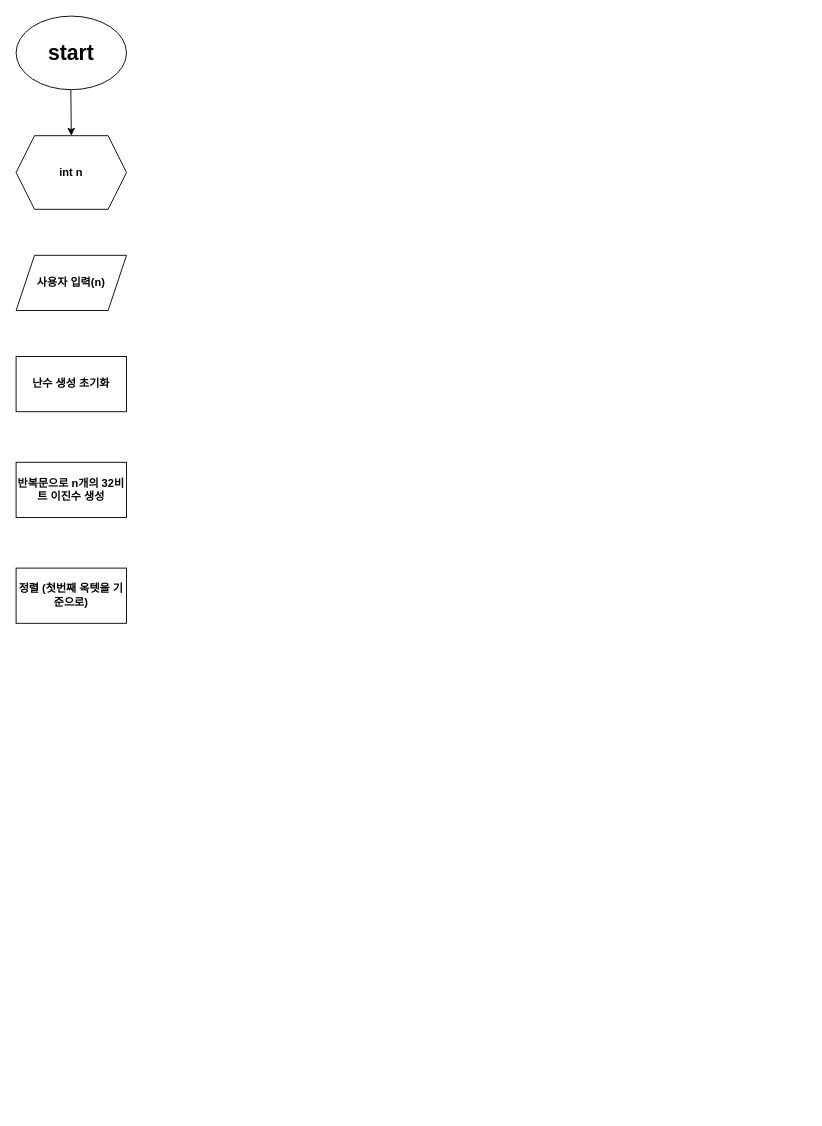
This is 제목 없는 다이어그램.drawio from song4917/YEE, a draw.io file, before an edit. Source tidied: cells renumbered, new cells numbered last; positions are measured from the earlier drawing's top-left corner, leaving out a move shared by most shapes. Both pictures are drawn from the tidied source at 92%, with x=0, y=0 at pixel (16, 16).
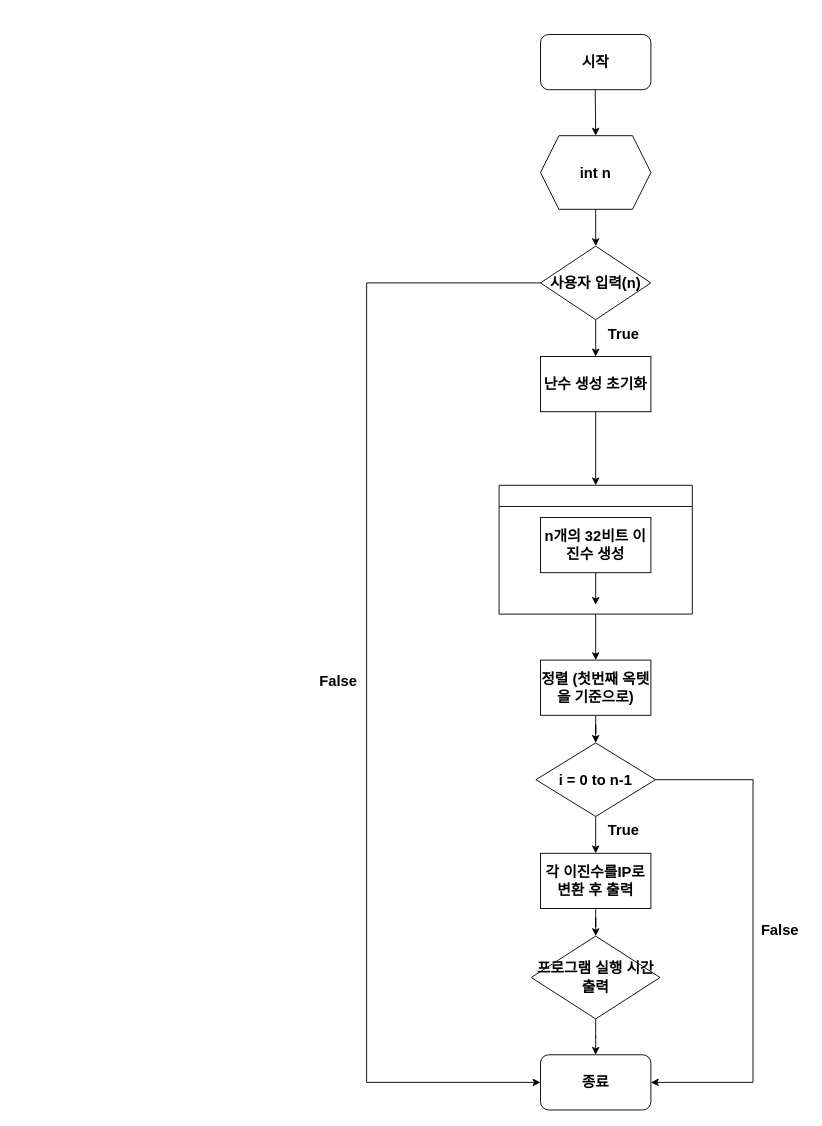
Above is the later version.

Commit message:
알고리즘 과제

Diff of the diagram source:
```diff
@@
-    <mxCell id="2" value="&lt;font style=&quot;font-size: 23px;&quot;&gt;start&lt;/font&gt;" style="ellipse;whiteSpace=wrap;html=1;fontStyle=1;" parent="1" vertex="1">
-      <mxGeometry width="120" height="80" as="geometry" />
-    </mxCell>
-    <mxCell id="3" style="endArrow=classic;html=1;rounded=0;fontStyle=1;" parent="1" edge="1">
+    <mxCell id="3" style="endArrow=classic;html=1;rounded=0;fontStyle=1;fontSize=16;" parent="1" edge="1">
       <mxGeometry relative="1" as="geometry">
-        <mxPoint x="59.5" y="80" as="sourcePoint" />
-        <mxPoint x="60" y="130" as="targetPoint" />
+        <mxPoint x="629.5" y="80" as="sourcePoint" />
+        <mxPoint x="630" y="130" as="targetPoint" />
       </mxGeometry>
     </mxCell>
+    <mxCell id="9" style="edgeStyle=orthogonalEdgeStyle;rounded=0;jettySize=auto;html=1;entryX=0.5;entryY=0;entryDx=0;entryDy=0;fontSize=16;fontStyle=1;" parent="1" edge="1" source="5" target="4">
+      <mxGeometry relative="1" as="geometry" />
+    </mxCell>
+    <mxCell id="5" value="int n" style="shape=hexagon;perimeter=hexagonPerimeter2;whiteSpace=wrap;html=1;fixedSize=1;fontStyle=1;fontSize=16;" parent="1" vertex="1">
+      <mxGeometry x="570" y="130" width="120" height="80" as="geometry" />
+    </mxCell>
+    <mxCell id="10" style="edgeStyle=orthogonalEdgeStyle;rounded=0;jettySize=auto;html=1;entryX=0.5;entryY=0;entryDx=0;entryDy=0;fontSize=16;fontStyle=1;" parent="1" edge="1" source="6" target="15">
+      <mxGeometry relative="1" as="geometry" />
+    </mxCell>
+    <mxCell id="6" value="난수 생성 초기화" style="rounded=0;whiteSpace=wrap;html=1;fontStyle=1;fontSize=16;" parent="1" vertex="1">
+      <mxGeometry x="570" y="370" width="120" height="60" as="geometry" />
+    </mxCell>
+    <mxCell id="11" style="edgeStyle=orthogonalEdgeStyle;rounded=0;jettySize=auto;html=1;entryX=0.5;entryY=0;entryDx=0;entryDy=0;fontSize=16;fontStyle=1;" parent="1" edge="1" source="8" target="19">
+      <mxGeometry relative="1" as="geometry" />
+    </mxCell>
+    <mxCell id="8" value="정렬 (첫번째 옥텟을 기준으로)" style="rounded=0;whiteSpace=wrap;html=1;fontStyle=1;fontSize=16;" parent="1" vertex="1">
+      <mxGeometry x="570" y="700" width="120" height="60" as="geometry" />
+    </mxCell>
+    <mxCell id="12" style="edgeStyle=orthogonalEdgeStyle;rounded=0;jettySize=auto;html=1;entryX=0.5;entryY=0;entryDx=0;entryDy=0;fontSize=16;fontStyle=1;" parent="1" edge="1" source="4" target="6">
+      <mxGeometry relative="1" as="geometry" />
+    </mxCell>
+    <mxCell id="13" style="edgeStyle=orthogonalEdgeStyle;rounded=0;jettySize=auto;html=1;entryX=0;entryY=0.5;entryDx=0;entryDy=0;fontSize=16;fontStyle=1;" parent="1" edge="1" source="4" target="24">
+      <mxGeometry relative="1" as="geometry">
+        <Array as="points">
+          <mxPoint x="381" y="290" />
+          <mxPoint x="381" y="1159" />
+        </Array>
+      </mxGeometry>
+    </mxCell>
-    <mxCell id="4" value="사용자 입력(n)" style="shape=parallelogram;perimeter=parallelogramPerimeter;whiteSpace=wrap;html=1;fixedSize=1;fontStyle=1;" parent="1" vertex="1">
-      <mxGeometry y="260" width="120" height="60" as="geometry" />
+    <mxCell id="4" value="사용자 입력(n)" style="rhombus;whiteSpace=wrap;html=1;fontSize=16;fontStyle=1;" parent="1" vertex="1">
+      <mxGeometry x="570" y="250" width="120" height="80" as="geometry" />
     </mxCell>
-    <mxCell id="5" value="int n" style="shape=hexagon;perimeter=hexagonPerimeter2;whiteSpace=wrap;html=1;fixedSize=1;fontStyle=1;" parent="1" vertex="1">
-      <mxGeometry y="130" width="120" height="80" as="geometry" />
-    </mxCell>
-    <mxCell id="6" value="난수 생성 초기화" style="rounded=0;whiteSpace=wrap;html=1;fontStyle=1;" parent="1" vertex="1">
-      <mxGeometry y="370" width="120" height="60" as="geometry" />
-    </mxCell>
+    <mxCell id="14" style="edgeStyle=orthogonalEdgeStyle;rounded=0;jettySize=auto;html=1;entryX=0.5;entryY=0;entryDx=0;entryDy=0;fontSize=16;fontStyle=1;" parent="1" edge="1" source="15" target="8">
+      <mxGeometry relative="1" as="geometry" />
+    </mxCell>
+    <mxCell id="15" style="swimlane;whiteSpace=wrap;html=1;fontSize=16;fontStyle=1;" parent="1" vertex="1">
+      <mxGeometry x="525" y="510" width="210" height="140" as="geometry" />
+    </mxCell>
+    <mxCell id="16" style="edgeStyle=orthogonalEdgeStyle;rounded=0;jettySize=auto;html=1;fontSize=16;fontStyle=1;" parent="15" edge="1" source="7">
+      <mxGeometry relative="1" as="geometry">
+        <mxPoint x="105" y="130" as="targetPoint" />
+      </mxGeometry>
+    </mxCell>
-    <mxCell id="7" value="반복문으로 n개의 32비트 이진수 생성" style="rounded=0;whiteSpace=wrap;html=1;fontStyle=1;" parent="1" vertex="1">
-      <mxGeometry y="485" width="120" height="60" as="geometry" />
+    <mxCell id="7" value="n개의 32비트 이진수 생성" style="rounded=0;whiteSpace=wrap;html=1;fontStyle=1;fontSize=16;" parent="15" vertex="1">
+      <mxGeometry x="45" y="35" width="120" height="60" as="geometry" />
     </mxCell>
-    <mxCell id="8" value="정렬 (첫번째 옥텟을 기준으로)" style="rounded=0;whiteSpace=wrap;html=1;fontStyle=1;" parent="1" vertex="1">
-      <mxGeometry y="600" width="120" height="60" as="geometry" />
-    </mxCell>
+    <mxCell id="17" style="edgeStyle=orthogonalEdgeStyle;rounded=0;jettySize=auto;html=1;fontSize=16;fontStyle=1;" parent="1" edge="1" source="19">
+      <mxGeometry relative="1" as="geometry">
+        <mxPoint x="630" y="910" as="targetPoint" />
+      </mxGeometry>
+    </mxCell>
+    <mxCell id="18" style="edgeStyle=orthogonalEdgeStyle;rounded=0;jettySize=auto;html=1;entryX=1;entryY=0.5;entryDx=0;entryDy=0;fontSize=16;fontStyle=1;" parent="1" edge="1" source="19" target="24">
+      <mxGeometry relative="1" as="geometry">
+        <Array as="points">
+          <mxPoint x="801" y="830" />
+          <mxPoint x="801" y="1159" />
+        </Array>
+      </mxGeometry>
+    </mxCell>
+    <mxCell id="19" value="i = 0 to n-1" style="rhombus;whiteSpace=wrap;html=1;fontSize=16;fontStyle=1;" parent="1" vertex="1">
+      <mxGeometry x="565" y="790" width="130" height="80" as="geometry" />
+    </mxCell>
+    <mxCell id="20" style="edgeStyle=orthogonalEdgeStyle;rounded=0;jettySize=auto;html=1;entryX=0.5;entryY=0;entryDx=0;entryDy=0;fontSize=16;fontStyle=1;" parent="1" edge="1" source="21" target="23">
+      <mxGeometry relative="1" as="geometry" />
+    </mxCell>
+    <mxCell id="21" value="각 이진수를IP로 변환 후 출력" style="rounded=0;whiteSpace=wrap;html=1;fontSize=16;fontStyle=1;" parent="1" vertex="1">
+      <mxGeometry x="570" y="910" width="120" height="60" as="geometry" />
+    </mxCell>
+    <mxCell id="22" style="edgeStyle=orthogonalEdgeStyle;rounded=0;jettySize=auto;html=1;entryX=0.5;entryY=0;entryDx=0;entryDy=0;fontSize=16;fontStyle=1;" parent="1" edge="1" source="23" target="24">
+      <mxGeometry relative="1" as="geometry" />
+    </mxCell>
+    <mxCell id="23" value="프로그램 실행 시간 출력" style="rhombus;whiteSpace=wrap;html=1;fontSize=16;fontStyle=1;" parent="1" vertex="1">
+      <mxGeometry x="560" y="1000" width="140" height="90" as="geometry" />
+    </mxCell>
+    <mxCell id="24" value="종료" style="rounded=1;whiteSpace=wrap;html=1;fontSize=16;fontStyle=1;" parent="1" vertex="1">
+      <mxGeometry x="570" y="1129" width="120" height="60" as="geometry" />
+    </mxCell>
+    <mxCell id="25" value="True" style="text;html=1;align=center;verticalAlign=middle;strokeColor=none;fillColor=none;fontSize=16;fontStyle=1;" parent="1" vertex="1">
+      <mxGeometry x="630" y="870" width="60" height="30" as="geometry" />
+    </mxCell>
+    <mxCell id="26" value="False" style="text;html=1;align=center;verticalAlign=middle;strokeColor=none;fillColor=none;fontSize=16;fontStyle=1;" parent="1" vertex="1">
+      <mxGeometry x="800" y="978" width="60" height="30" as="geometry" />
+    </mxCell>
+    <mxCell id="27" value="True" style="text;html=1;align=center;verticalAlign=middle;strokeColor=none;fillColor=none;fontSize=16;fontStyle=1;" parent="1" vertex="1">
+      <mxGeometry x="630" y="330" width="60" height="30" as="geometry" />
+    </mxCell>
+    <mxCell id="28" value="False" style="text;html=1;align=center;verticalAlign=middle;strokeColor=none;fillColor=none;fontSize=16;fontStyle=1;" parent="1" vertex="1">
+      <mxGeometry x="320" y="708" width="60" height="30" as="geometry" />
+    </mxCell>
+    <mxCell id="29" value="시작" style="rounded=1;whiteSpace=wrap;html=1;fontSize=16;fontStyle=1;" parent="1" vertex="1">
+      <mxGeometry x="570" y="20" width="120" height="60" as="geometry" />
+    </mxCell>
```
